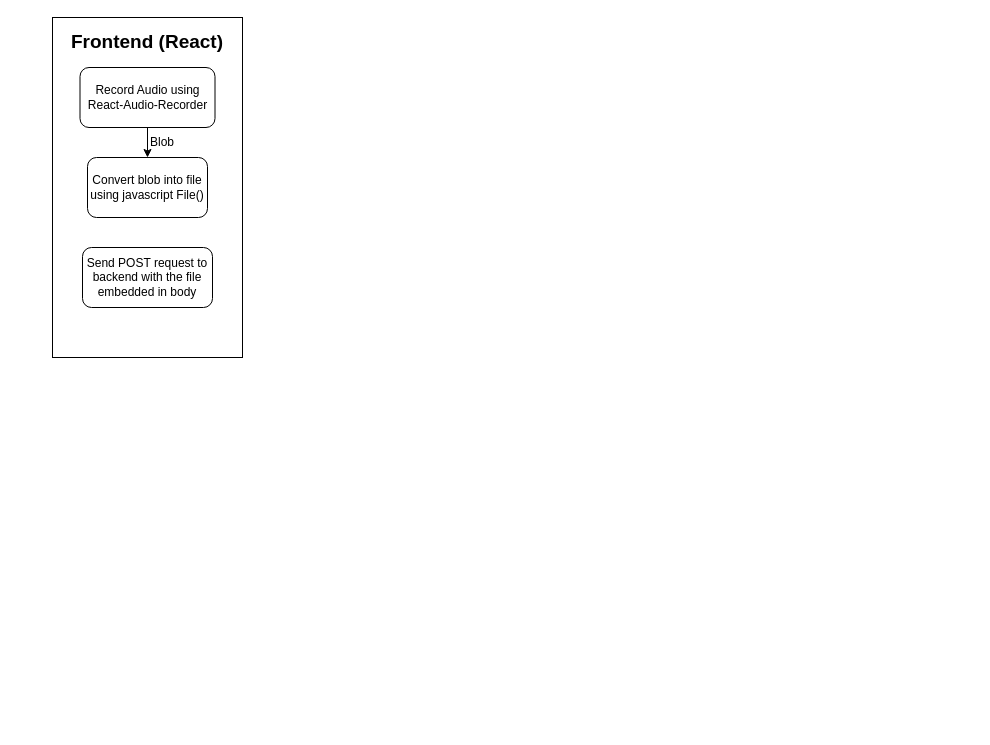
Earlier version of the draw.io diagram ad.drawio (e4stw7nd/OS-Project). Source tidied: cells renumbered, new cells numbered last; positions are measured from the earlier drawing's top-left corner, leaving out a move shared by most shapes. Both pictures are drawn from the tidied source at 100%, with x=0, y=0 at pixel (52, 17).
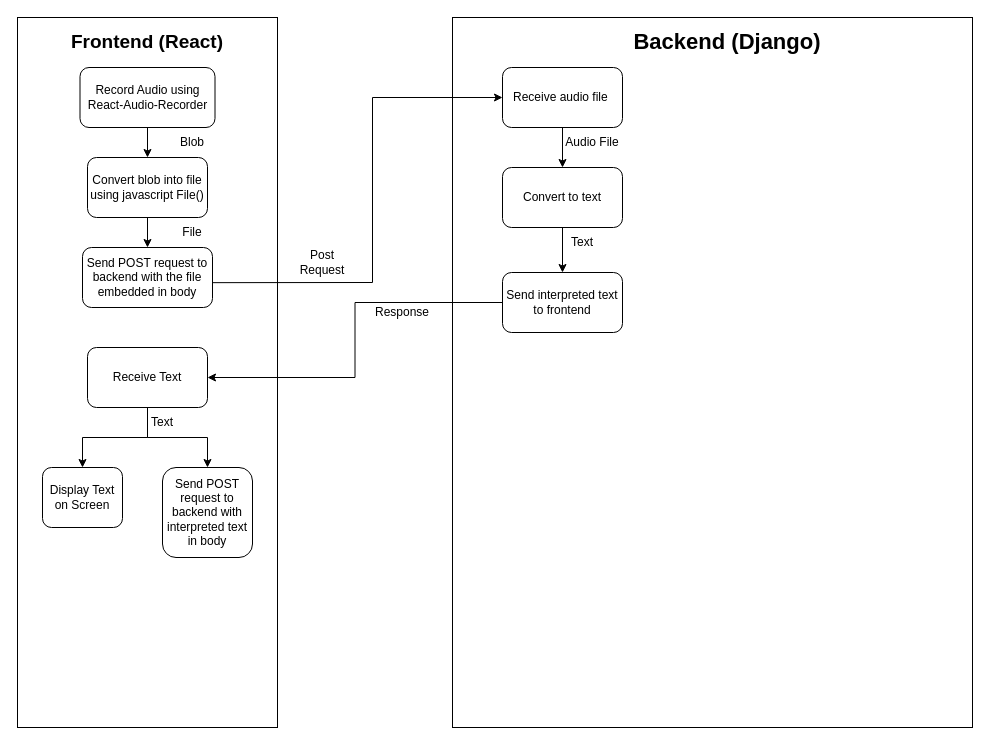
After the change.

Unchanged cells that the change refers to:
```xml
<mxCell id="5" value="Convert blob into file using javascript File()" style="rounded=1;whiteSpace=wrap;html=1;" parent="1" vertex="1">
  <mxGeometry x="35" y="140" width="120" height="60" as="geometry" />
</mxCell>
<mxCell id="6" value="Send POST request to backend with the file embedded in body" style="rounded=1;whiteSpace=wrap;html=1;" parent="1" vertex="1">
  <mxGeometry x="30" y="230" width="130" height="60" as="geometry" />
</mxCell>
```

What changed in the source:
```diff
@@
     <mxCell id="2" style="rounded=0;whiteSpace=wrap;html=1;" parent="1" vertex="1">
-      <mxGeometry width="190" height="340" as="geometry" />
+      <mxGeometry x="-35" width="260" height="710" as="geometry" />
     </mxCell>
@@
     <mxCell id="8" value="Blob" style="text;html=1;strokeColor=none;fillColor=none;align=center;verticalAlign=middle;whiteSpace=wrap;rounded=0;" parent="1" vertex="1">
-      <mxGeometry x="80" y="110" width="60" height="30" as="geometry" />
+      <mxGeometry x="110" y="110" width="60" height="30" as="geometry" />
     </mxCell>
+    <mxCell id="9" style="endArrow=classic;html=1;rounded=0;exitX=0.5;exitY=1;exitDx=0;exitDy=0;entryX=0.5;entryY=0;entryDx=0;entryDy=0;" parent="1" edge="1" source="5" target="6">
+      <mxGeometry relative="1" as="geometry" />
+    </mxCell>
+    <mxCell id="10" value="File" style="text;html=1;strokeColor=none;fillColor=none;align=center;verticalAlign=middle;whiteSpace=wrap;rounded=0;" parent="1" vertex="1">
+      <mxGeometry x="110" y="200" width="60" height="30" as="geometry" />
+    </mxCell>
+    <mxCell id="11" style="rounded=0;whiteSpace=wrap;html=1;" parent="1" vertex="1">
+      <mxGeometry x="400" width="520" height="710" as="geometry" />
+    </mxCell>
+    <mxCell id="12" value="&lt;b&gt;&lt;font style=&quot;font-size: 22px;&quot;&gt;Backend (Django)&lt;/font&gt;&lt;/b&gt;" style="text;html=1;strokeColor=none;fillColor=none;align=center;verticalAlign=middle;whiteSpace=wrap;rounded=0;" parent="1" vertex="1">
+      <mxGeometry x="540" y="10" width="270" height="30" as="geometry" />
+    </mxCell>
+    <mxCell id="13" value="Receive audio file&amp;nbsp;" style="rounded=1;whiteSpace=wrap;html=1;" parent="1" vertex="1">
+      <mxGeometry x="450" y="50" width="120" height="60" as="geometry" />
+    </mxCell>
+    <mxCell id="14" style="endArrow=classic;html=1;rounded=0;exitX=1.003;exitY=0.586;exitDx=0;exitDy=0;exitPerimeter=0;entryX=0;entryY=0.5;entryDx=0;entryDy=0;" parent="1" edge="1" source="6" target="13">
+      <mxGeometry relative="1" as="geometry">
+        <Array as="points">
+          <mxPoint x="320" y="265" />
+          <mxPoint x="320" y="80" />
+        </Array>
+      </mxGeometry>
+    </mxCell>
+    <mxCell id="15" value="Post Request" style="text;html=1;strokeColor=none;fillColor=none;align=center;verticalAlign=middle;whiteSpace=wrap;rounded=0;" parent="1" vertex="1">
+      <mxGeometry x="240" y="230" width="60" height="30" as="geometry" />
+    </mxCell>
+    <mxCell id="16" style="edgeStyle=orthogonalEdgeStyle;rounded=0;jettySize=auto;html=1;exitX=0.5;exitY=1;exitDx=0;exitDy=0;entryX=0.5;entryY=0;entryDx=0;entryDy=0;" parent="1" edge="1" source="17" target="21">
+      <mxGeometry relative="1" as="geometry" />
+    </mxCell>
+    <mxCell id="17" value="Convert to text" style="rounded=1;whiteSpace=wrap;html=1;" parent="1" vertex="1">
+      <mxGeometry x="450" y="150" width="120" height="60" as="geometry" />
+    </mxCell>
+    <mxCell id="18" style="endArrow=classic;html=1;rounded=0;exitX=0.5;exitY=1;exitDx=0;exitDy=0;entryX=0.5;entryY=0;entryDx=0;entryDy=0;" parent="1" edge="1" source="13" target="17">
+      <mxGeometry relative="1" as="geometry" />
+    </mxCell>
+    <mxCell id="19" value="Audio File" style="text;html=1;strokeColor=none;fillColor=none;align=center;verticalAlign=middle;whiteSpace=wrap;rounded=0;" parent="1" vertex="1">
+      <mxGeometry x="510" y="110" width="60" height="30" as="geometry" />
+    </mxCell>
+    <mxCell id="20" style="edgeStyle=orthogonalEdgeStyle;rounded=0;jettySize=auto;html=1;exitX=0;exitY=0.5;exitDx=0;exitDy=0;entryX=1;entryY=0.5;entryDx=0;entryDy=0;" parent="1" edge="1" source="21" target="25">
+      <mxGeometry relative="1" as="geometry" />
+    </mxCell>
+    <mxCell id="21" value="Send interpreted text to frontend" style="rounded=1;whiteSpace=wrap;html=1;" parent="1" vertex="1">
+      <mxGeometry x="450" y="255" width="120" height="60" as="geometry" />
+    </mxCell>
+    <mxCell id="22" value="Text" style="text;html=1;strokeColor=none;fillColor=none;align=center;verticalAlign=middle;whiteSpace=wrap;rounded=0;" parent="1" vertex="1">
+      <mxGeometry x="500" y="210" width="60" height="30" as="geometry" />
+    </mxCell>
+    <mxCell id="23" style="edgeStyle=orthogonalEdgeStyle;rounded=0;jettySize=auto;html=1;exitX=0.5;exitY=1;exitDx=0;exitDy=0;" parent="1" edge="1" source="25" target="26">
+      <mxGeometry relative="1" as="geometry" />
+    </mxCell>
+    <mxCell id="24" style="edgeStyle=orthogonalEdgeStyle;rounded=0;jettySize=auto;html=1;exitX=0.5;exitY=1;exitDx=0;exitDy=0;entryX=0.5;entryY=0;entryDx=0;entryDy=0;" parent="1" edge="1" source="25" target="27">
+      <mxGeometry relative="1" as="geometry" />
+    </mxCell>
+    <mxCell id="25" value="Receive Text" style="rounded=1;whiteSpace=wrap;html=1;" parent="1" vertex="1">
+      <mxGeometry x="35" y="330" width="120" height="60" as="geometry" />
+    </mxCell>
+    <mxCell id="26" value="Display Text on Screen" style="rounded=1;whiteSpace=wrap;html=1;" parent="1" vertex="1">
+      <mxGeometry x="-10" y="450" width="80" height="60" as="geometry" />
+    </mxCell>
+    <mxCell id="27" value="Send POST request to backend with interpreted text in body" style="rounded=1;whiteSpace=wrap;html=1;" parent="1" vertex="1">
+      <mxGeometry x="110" y="450" width="90" height="90" as="geometry" />
+    </mxCell>
+    <mxCell id="28" value="Response" style="text;html=1;strokeColor=none;fillColor=none;align=center;verticalAlign=middle;whiteSpace=wrap;rounded=0;" parent="1" vertex="1">
+      <mxGeometry x="320" y="280" width="60" height="30" as="geometry" />
+    </mxCell>
+    <mxCell id="29" value="Text" style="text;html=1;strokeColor=none;fillColor=none;align=center;verticalAlign=middle;whiteSpace=wrap;rounded=0;" parent="1" vertex="1">
+      <mxGeometry x="80" y="390" width="60" height="30" as="geometry" />
+    </mxCell>
```
